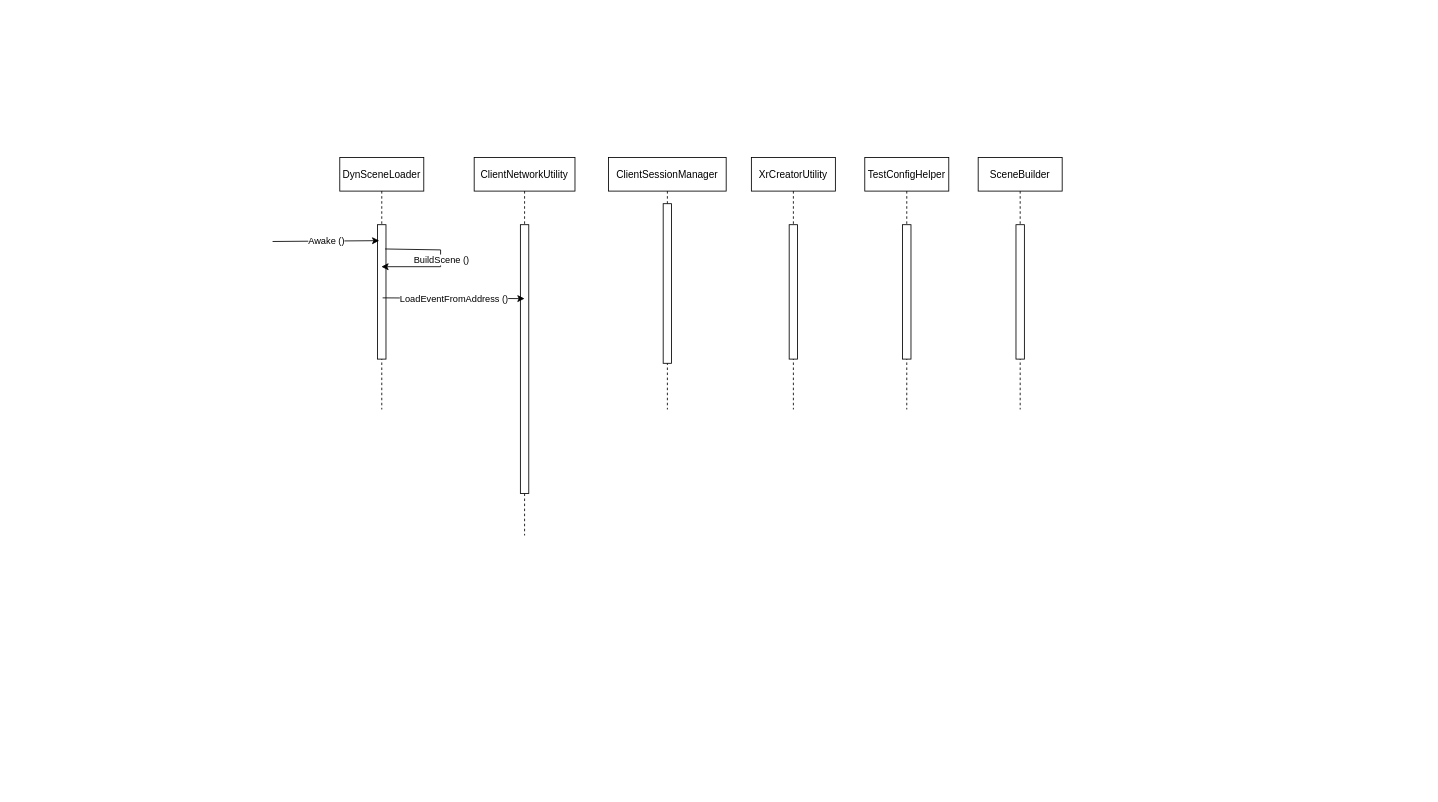
xrchisense/xrevent-client-unity keeps this draw.io diagram as Documentation/Diagrams/DrawIO/SeqDiag_LevelLoader.drawio. Above is the earlier version. Source tidied: cells renumbered, new cells numbered last; positions are measured from the earlier drawing's top-left corner, leaving out a move shared by most shapes. Both pictures are drawn from the tidied source at 84%, with x=0, y=0 at pixel (272, 157).
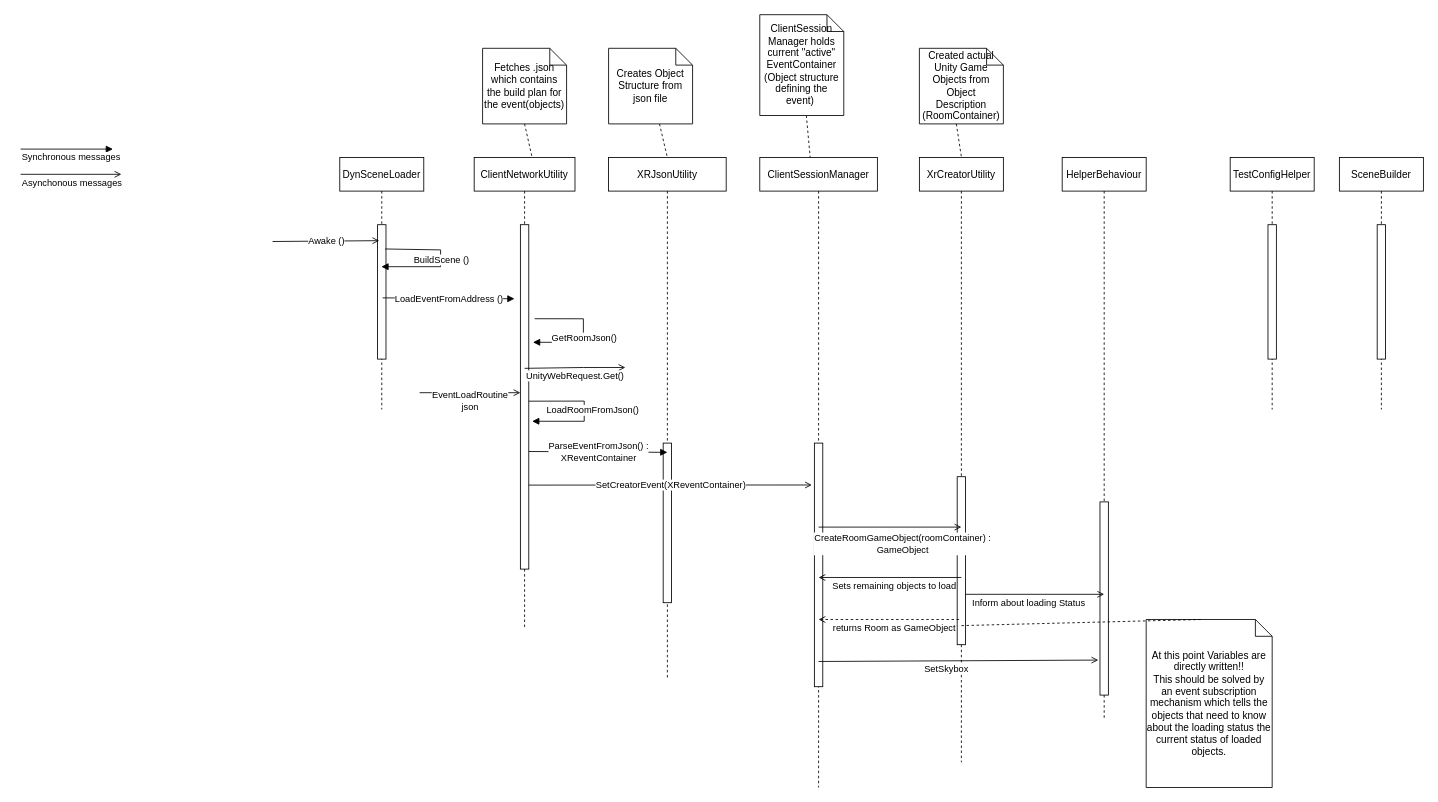
Above is the later version.

Unchanged cells that the change refers to:
```xml
<mxCell id="6" value="DynSceneLoader" style="shape=umlLifeline;perimeter=lifelinePerimeter;rounded=0;shadow=0;strokeWidth=1;" parent="1" vertex="1">
  <mxGeometry x="80" width="100" height="300" as="geometry" />
</mxCell>
```

The edit, as a diff of the source:
```diff
@@
+    <mxCell id="20" value="XRJsonUtility" style="shape=umlLifeline;perimeter=lifelinePerimeter;rounded=0;shadow=0;strokeWidth=1;" parent="1" vertex="1">
+      <mxGeometry x="400" width="140" height="620" as="geometry" />
+    </mxCell>
+    <mxCell id="21" style="perimeter=orthogonalPerimeter;rounded=0;shadow=0;strokeWidth=1;" parent="20" vertex="1">
+      <mxGeometry x="65" y="340" width="10" height="190" as="geometry" />
+    </mxCell>
+    <mxCell id="22" style="endArrow=block;html=1;rounded=0;exitX=0.51;exitY=0.557;exitDx=0;exitDy=0;exitPerimeter=0;endFill=1;" parent="20" edge="1">
+      <mxGeometry relative="1" as="geometry">
+        <mxPoint x="-95" y="350" as="sourcePoint" />
+        <mxPoint x="70" y="351" as="targetPoint" />
+      </mxGeometry>
+    </mxCell>
+    <mxCell id="23" value="ParseEventFromJson() : &lt;br&gt;XReventContainer" style="edgeLabel;html=1;align=center;verticalAlign=middle;" parent="22" vertex="1">
+      <mxGeometry relative="1" as="geometry" />
+    </mxCell>
+    <mxCell id="4" value="ClientNetworkUtility" style="shape=umlLifeline;perimeter=lifelinePerimeter;rounded=0;shadow=0;strokeWidth=1;" parent="1" vertex="1">
+      <mxGeometry x="240" width="120" height="560" as="geometry" />
+    </mxCell>
+    <mxCell id="5" style="points=[];perimeter=orthogonalPerimeter;rounded=0;shadow=0;strokeWidth=1;" parent="4" vertex="1">
+      <mxGeometry x="55" y="80" width="10" height="410" as="geometry" />
+    </mxCell>
+    <mxCell id="24" style="endArrow=block;html=1;rounded=0;endFill=1;exitX=1.7;exitY=0.273;exitDx=0;exitDy=0;exitPerimeter=0;" parent="4" edge="1" source="5">
+      <mxGeometry relative="1" as="geometry">
+        <mxPoint x="70" y="220" as="targetPoint" />
+        <Array as="points">
+          <mxPoint x="130" y="192" />
+          <mxPoint x="130" y="220" />
+        </Array>
+      </mxGeometry>
+    </mxCell>
+    <mxCell id="25" value="GetRoomJson()" style="edgeLabel;html=1;align=center;verticalAlign=middle;" parent="24" vertex="1">
+      <mxGeometry x="0.29" y="1" relative="1" as="geometry">
+        <mxPoint x="8" y="-7" as="offset" />
+      </mxGeometry>
+    </mxCell>
+    <mxCell id="26" value="&lt;div&gt;EventLoadRoutine&lt;/div&gt;&lt;div&gt;json&lt;br&gt;&lt;/div&gt;" style="endArrow=open;html=1;rounded=0;endFill=0;" parent="4" edge="1">
+      <mxGeometry y="-9" relative="1" as="geometry">
+        <mxPoint x="-65" y="280" as="sourcePoint" />
+        <mxPoint x="55" y="280" as="targetPoint" />
+        <Array as="points">
+          <mxPoint x="5" y="280" />
+        </Array>
+        <mxPoint y="1" as="offset" />
+      </mxGeometry>
+    </mxCell>
+    <mxCell id="27" style="endArrow=block;html=1;rounded=0;endFill=1;exitX=0.533;exitY=0.427;exitDx=0;exitDy=0;exitPerimeter=0;entryX=1.3;entryY=0.425;entryDx=0;entryDy=0;entryPerimeter=0;" parent="4" edge="1">
+      <mxGeometry relative="1" as="geometry">
+        <mxPoint x="65" y="290.1" as="sourcePoint" />
+        <mxPoint x="69" y="314" as="targetPoint" />
+        <Array as="points">
+          <mxPoint x="131" y="290" />
+          <mxPoint x="131" y="314" />
+        </Array>
+      </mxGeometry>
+    </mxCell>
+    <mxCell id="28" value="LoadRoomFromJson()" style="edgeLabel;html=1;align=center;verticalAlign=middle;" parent="27" vertex="1">
+      <mxGeometry x="0.29" y="1" relative="1" as="geometry">
+        <mxPoint x="17" y="-15" as="offset" />
+      </mxGeometry>
+    </mxCell>
+    <mxCell id="29" style="endArrow=open;html=1;rounded=0;exitX=0.51;exitY=0.557;exitDx=0;exitDy=0;exitPerimeter=0;endFill=0;entryX=-0.3;entryY=0.172;entryDx=0;entryDy=0;entryPerimeter=0;" parent="4" edge="1" target="3">
+      <mxGeometry relative="1" as="geometry">
+        <mxPoint x="65" y="390" as="sourcePoint" />
+      </mxGeometry>
+    </mxCell>
+    <mxCell id="30" value="SetCreatorEvent(XReventContainer)" style="edgeLabel;html=1;align=center;verticalAlign=middle;" parent="29" vertex="1">
+      <mxGeometry relative="1" as="geometry" />
+    </mxCell>
     <mxCell id="2" value="ClientSessionManager" style="shape=umlLifeline;perimeter=lifelinePerimeter;rounded=0;shadow=0;strokeWidth=1;" parent="1" vertex="1">
-      <mxGeometry x="400" width="140" height="300" as="geometry" />
+      <mxGeometry x="580" width="140" height="750" as="geometry" />
     </mxCell>
     <mxCell id="3" style="points=[];perimeter=orthogonalPerimeter;rounded=0;shadow=0;strokeWidth=1;" parent="2" vertex="1">
-      <mxGeometry x="65" y="55" width="10" height="190" as="geometry" />
+      <mxGeometry x="65" y="340" width="10" height="290" as="geometry" />
     </mxCell>
-    <mxCell id="4" value="ClientNetworkUtility" style="shape=umlLifeline;perimeter=lifelinePerimeter;rounded=0;shadow=0;strokeWidth=1;" parent="1" vertex="1">
-      <mxGeometry x="240" width="120" height="450" as="geometry" />
-    </mxCell>
-    <mxCell id="5" style="points=[];perimeter=orthogonalPerimeter;rounded=0;shadow=0;strokeWidth=1;" parent="4" vertex="1">
-      <mxGeometry x="55" y="80" width="10" height="320" as="geometry" />
-    </mxCell>
@@
     <mxCell id="8" value="XrCreatorUtility" style="shape=umlLifeline;perimeter=lifelinePerimeter;rounded=0;shadow=0;strokeWidth=1;" parent="1" vertex="1">
-      <mxGeometry x="570" width="100" height="300" as="geometry" />
+      <mxGeometry x="770" width="100" height="720" as="geometry" />
     </mxCell>
     <mxCell id="9" style="perimeter=orthogonalPerimeter;rounded=0;shadow=0;strokeWidth=1;" parent="8" vertex="1">
-      <mxGeometry x="45" y="80" width="10" height="160" as="geometry" />
+      <mxGeometry x="45" y="380" width="10" height="200" as="geometry" />
     </mxCell>
+    <mxCell id="31" value="SetSkybox" style="endArrow=open;html=1;rounded=0;exitX=0.51;exitY=0.557;exitDx=0;exitDy=0;exitPerimeter=0;endFill=0;entryX=0.43;entryY=0.893;entryDx=0;entryDy=0;entryPerimeter=0;" parent="8" edge="1" target="46">
+      <mxGeometry x="-0.09" y="-10" relative="1" as="geometry">
+        <mxPoint x="-120" y="600" as="sourcePoint" />
+      </mxGeometry>
+    </mxCell>
     <mxCell id="10" value="SceneBuilder" style="shape=umlLifeline;perimeter=lifelinePerimeter;rounded=0;shadow=0;strokeWidth=1;" parent="1" vertex="1">
-      <mxGeometry x="840" width="100" height="300" as="geometry" />
+      <mxGeometry x="1270" width="100" height="300" as="geometry" />
     </mxCell>
@@
-    <mxCell id="12" style="endArrow=classic;html=1;rounded=0;entryX=0.47;entryY=0.33;entryDx=0;entryDy=0;entryPerimeter=0;" parent="1" edge="1" target="6">
+    <mxCell id="12" style="endArrow=open;html=1;rounded=0;entryX=0.47;entryY=0.33;entryDx=0;entryDy=0;entryPerimeter=0;endFill=0;" parent="1" edge="1" target="6">
       <mxGeometry relative="1" as="geometry">
         <mxPoint y="100" as="sourcePoint" />
       </mxGeometry>
     </mxCell>
@@
-    <mxCell id="14" style="endArrow=classic;html=1;rounded=0;exitX=0.54;exitY=0.363;exitDx=0;exitDy=0;exitPerimeter=0;" parent="1" edge="1" source="6" target="6">
+    <mxCell id="14" style="endArrow=block;html=1;rounded=0;exitX=0.54;exitY=0.363;exitDx=0;exitDy=0;exitPerimeter=0;endFill=1;" parent="1" edge="1" source="6" target="6">
       <mxGeometry relative="1" as="geometry">
         <Array as="points">
           <mxPoint x="200" y="110" />
           <mxPoint x="200" y="130" />
         </Array>
       </mxGeometry>
     </mxCell>
@@
-    <mxCell id="16" style="endArrow=classic;html=1;rounded=0;entryX=0.5;entryY=0.275;entryDx=0;entryDy=0;entryPerimeter=0;exitX=0.51;exitY=0.557;exitDx=0;exitDy=0;exitPerimeter=0;" parent="1" edge="1" source="6" target="5">
+    <mxCell id="16" style="endArrow=block;html=1;rounded=0;entryX=-0.7;entryY=0.215;entryDx=0;entryDy=0;entryPerimeter=0;exitX=0.51;exitY=0.557;exitDx=0;exitDy=0;exitPerimeter=0;endFill=1;" parent="1" edge="1" source="6" target="5">
       <mxGeometry relative="1" as="geometry" />
     </mxCell>
@@
     <mxCell id="18" value="TestConfigHelper" style="shape=umlLifeline;perimeter=lifelinePerimeter;rounded=0;shadow=0;strokeWidth=1;" parent="1" vertex="1">
-      <mxGeometry x="705" width="100" height="300" as="geometry" />
+      <mxGeometry x="1140" width="100" height="300" as="geometry" />
     </mxCell>
@@
+    <mxCell id="32" value="Synchronous messages" style="endArrow=block;html=1;rounded=0;endFill=1;" parent="1" edge="1">
+      <mxGeometry x="0.09" y="-10" relative="1" as="geometry">
+        <mxPoint x="-300" y="-10" as="sourcePoint" />
+        <mxPoint x="-190" y="-10" as="targetPoint" />
+      </mxGeometry>
+    </mxCell>
+    <mxCell id="33" style="endArrow=open;html=1;rounded=0;endFill=0;" parent="1" edge="1">
+      <mxGeometry relative="1" as="geometry">
+        <mxPoint x="-300" y="20" as="sourcePoint" />
+        <mxPoint x="-180" y="20" as="targetPoint" />
+      </mxGeometry>
+    </mxCell>
+    <mxCell id="34" value="Asynchonous messages" style="edgeLabel;html=1;align=center;verticalAlign=middle;" parent="33" vertex="1">
+      <mxGeometry x="0.29" y="1" relative="1" as="geometry">
+        <mxPoint x="-17" y="11" as="offset" />
+      </mxGeometry>
+    </mxCell>
+    <mxCell id="35" value="UnityWebRequest.Get()" style="endArrow=open;html=1;rounded=0;endFill=0;" parent="1" edge="1">
+      <mxGeometry y="-9" relative="1" as="geometry">
+        <mxPoint x="300" y="251" as="sourcePoint" />
+        <mxPoint x="420" y="250" as="targetPoint" />
+        <Array as="points">
+          <mxPoint x="370" y="250" />
+        </Array>
+        <mxPoint y="1" as="offset" />
+      </mxGeometry>
+    </mxCell>
+    <mxCell id="36" style="rounded=0;jettySize=auto;html=1;endArrow=none;endFill=0;dashed=1;" parent="1" edge="1" source="37">
+      <mxGeometry relative="1" as="geometry">
+        <mxPoint x="640" as="targetPoint" />
+      </mxGeometry>
+    </mxCell>
+    <mxCell id="37" value="ClientSession Manager holds current &quot;active&quot; EventContainer (Object structure defining the event)&amp;nbsp; " style="shape=note;size=20;whiteSpace=wrap;html=1;" parent="1" vertex="1">
+      <mxGeometry x="580" y="-170" width="100" height="120" as="geometry" />
+    </mxCell>
+    <mxCell id="38" style="edgeStyle=none;rounded=0;jettySize=auto;html=1;dashed=1;endArrow=none;endFill=0;" parent="1" edge="1" source="39">
+      <mxGeometry relative="1" as="geometry">
+        <mxPoint x="470" as="targetPoint" />
+      </mxGeometry>
+    </mxCell>
+    <mxCell id="39" value="Creates Object Structure from json file " style="shape=note;size=20;whiteSpace=wrap;html=1;" parent="1" vertex="1">
+      <mxGeometry x="400" y="-130" width="100" height="90" as="geometry" />
+    </mxCell>
+    <mxCell id="40" value="Fetches .json which contains the build plan for the event(objects)" style="shape=note;size=20;whiteSpace=wrap;html=1;" parent="1" vertex="1">
+      <mxGeometry x="250" y="-130" width="100" height="90" as="geometry" />
+    </mxCell>
+    <mxCell id="41" style="edgeStyle=none;rounded=0;jettySize=auto;html=1;dashed=1;endArrow=none;endFill=0;exitX=0.5;exitY=1;exitDx=0;exitDy=0;exitPerimeter=0;entryX=0.575;entryY=0;entryDx=0;entryDy=0;entryPerimeter=0;" parent="1" edge="1" source="40" target="4">
+      <mxGeometry relative="1" as="geometry" />
+    </mxCell>
+    <mxCell id="42" value="&lt;div&gt;CreateRoomGameObject(roomContainer) :&lt;/div&gt;&lt;div&gt;GameObject&lt;br&gt;&lt;/div&gt;" style="endArrow=open;html=1;rounded=0;exitX=0.51;exitY=0.557;exitDx=0;exitDy=0;exitPerimeter=0;endFill=0;" parent="1" edge="1">
+      <mxGeometry x="0.18" y="-20" relative="1" as="geometry">
+        <mxPoint x="650" y="440" as="sourcePoint" />
+        <mxPoint x="820" y="440" as="targetPoint" />
+      </mxGeometry>
+    </mxCell>
+    <mxCell id="43" value="Created actual Unity Game Objects from Object Description (RoomContainer)" style="shape=note;size=20;whiteSpace=wrap;html=1;" parent="1" vertex="1">
+      <mxGeometry x="770" y="-130" width="100" height="90" as="geometry" />
+    </mxCell>
+    <mxCell id="44" style="rounded=0;jettySize=auto;html=1;endArrow=none;endFill=0;dashed=1;exitX=0.44;exitY=1;exitDx=0;exitDy=0;exitPerimeter=0;entryX=0.5;entryY=-0.001;entryDx=0;entryDy=0;entryPerimeter=0;" parent="1" edge="1" source="43" target="8">
+      <mxGeometry relative="1" as="geometry" />
+    </mxCell>
+    <mxCell id="45" value="Sets remaining objects to load" style="endArrow=none;html=1;rounded=0;exitX=0.51;exitY=0.557;exitDx=0;exitDy=0;exitPerimeter=0;endFill=0;startArrow=open;startFill=0;" parent="1" edge="1">
+      <mxGeometry x="0.06" y="-10" relative="1" as="geometry">
+        <mxPoint x="650" y="500" as="sourcePoint" />
+        <mxPoint x="820" y="500" as="targetPoint" />
+      </mxGeometry>
+    </mxCell>
+    <mxCell id="46" value="HelperBehaviour" style="shape=umlLifeline;perimeter=lifelinePerimeter;rounded=0;shadow=0;strokeWidth=1;" parent="1" vertex="1">
+      <mxGeometry x="940" width="100" height="670" as="geometry" />
+    </mxCell>
+    <mxCell id="47" style="perimeter=orthogonalPerimeter;rounded=0;shadow=0;strokeWidth=1;" parent="46" vertex="1">
+      <mxGeometry x="45" y="410" width="10" height="230" as="geometry" />
+    </mxCell>
+    <mxCell id="48" value="Inform about loading Status" style="endArrow=open;html=1;rounded=0;exitX=0.51;exitY=0.557;exitDx=0;exitDy=0;exitPerimeter=0;endFill=0;" parent="46" edge="1">
+      <mxGeometry x="-0.09" y="-10" relative="1" as="geometry">
+        <mxPoint x="-115" y="520" as="sourcePoint" />
+        <mxPoint x="50" y="520" as="targetPoint" />
+      </mxGeometry>
+    </mxCell>
+    <mxCell id="49" value="&lt;div&gt;At this point Variables are directly written!!&lt;/div&gt;&lt;div&gt;This should be solved by an event subscription mechanism which tells the objects that need to know about the loading status the current status of loaded objects.&lt;br&gt;&lt;/div&gt;" style="shape=note;size=20;whiteSpace=wrap;html=1;" parent="1" vertex="1">
+      <mxGeometry x="1040" y="550" width="150" height="200" as="geometry" />
+    </mxCell>
+    <mxCell id="50" style="endArrow=none;dashed=1;html=1;rounded=0;entryX=0.5;entryY=0.774;entryDx=0;entryDy=0;entryPerimeter=0;exitX=0;exitY=0;exitDx=65;exitDy=0;exitPerimeter=0;" parent="1" edge="1" source="49" target="8">
+      <mxGeometry relative="1" as="geometry" />
+    </mxCell>
+    <mxCell id="51" value="returns Room as GameObject" style="endArrow=none;html=1;rounded=0;exitX=0.51;exitY=0.557;exitDx=0;exitDy=0;exitPerimeter=0;endFill=0;startArrow=open;startFill=0;dashed=1;" parent="1" edge="1">
+      <mxGeometry x="0.06" y="-10" relative="1" as="geometry">
+        <mxPoint x="650" y="550" as="sourcePoint" />
+        <mxPoint x="820" y="550" as="targetPoint" />
+      </mxGeometry>
+    </mxCell>
```
